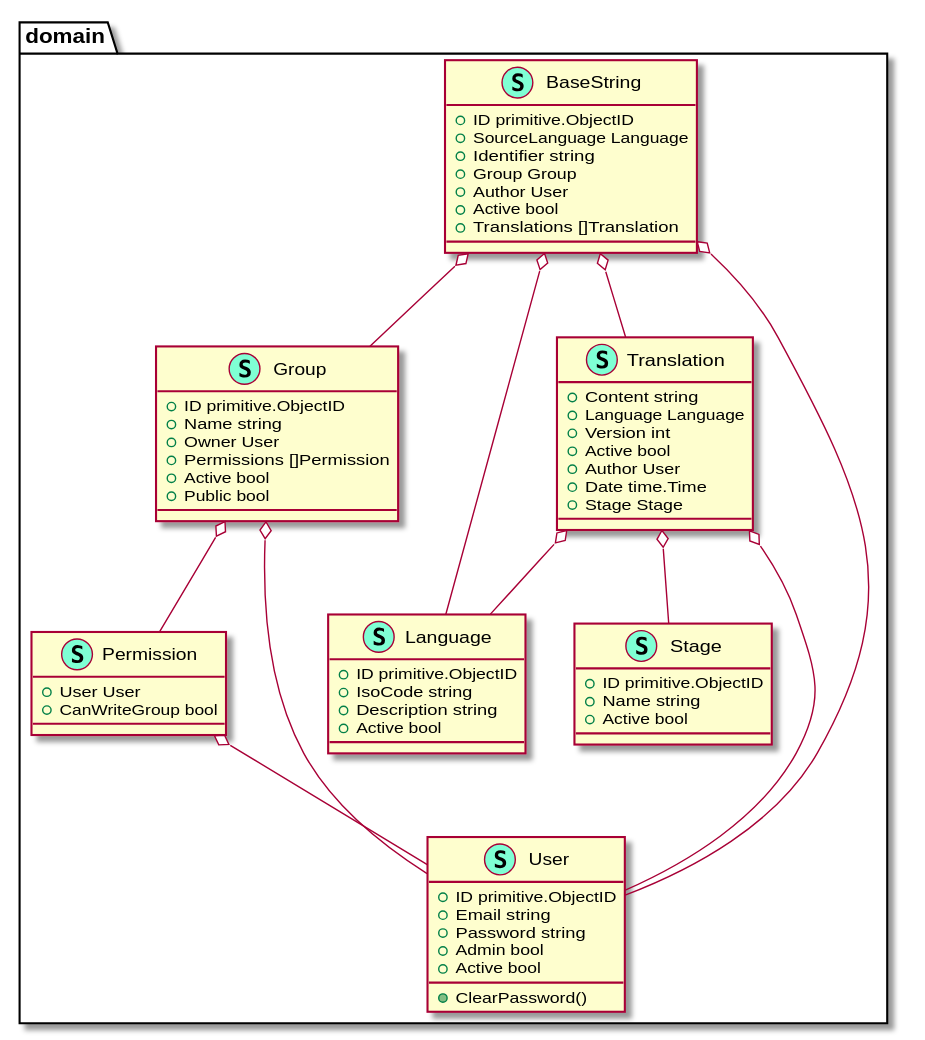
This is backend/assets/dist/UmlDiagram.svg from cafeteru/LocalizeMe, a PlantUML export, as it was before one commit. The source it was exported from:
```plantuml
@startuml
namespace domain {
    class BaseString << (S,Aquamarine) >> {
        + ID primitive.ObjectID
        + SourceLanguage Language
        + Identifier string
        + Group Group
        + Author User
        + Active bool
        + Translations []Translation

    }
    class Group << (S,Aquamarine) >> {
        + ID primitive.ObjectID
        + Name string
        + Owner User
        + Permissions []Permission
        + Active bool
        + Public bool

    }
    class Language << (S,Aquamarine) >> {
        + ID primitive.ObjectID
        + IsoCode string
        + Description string
        + Active bool

    }
    class Permission << (S,Aquamarine) >> {
        + User User
        + CanWriteGroup bool

    }
    class Stage << (S,Aquamarine) >> {
        + ID primitive.ObjectID
        + Name string
        + Active bool

    }
    class Translation << (S,Aquamarine) >> {
        + Content string
        + Language Language
        + Version int
        + Active bool
        + Author User
        + Date time.Time
        + Stage Stage

    }
    class User << (S,Aquamarine) >> {
        + ID primitive.ObjectID
        + Email string
        + Password string
        + Admin bool
        + Active bool

        + ClearPassword()

    }
}


"domain.BaseString" o-- "domain.Group"
"domain.BaseString" o-- "domain.Language"
"domain.BaseString" o-- "domain.Translation"
"domain.BaseString" o-- "domain.User"
"domain.Group" o-- "domain.Permission"
"domain.Group" o-- "domain.User"
"domain.Permission" o-- "domain.User"
"domain.Translation" o-- "domain.Language"
"domain.Translation" o-- "domain.Stage"
"domain.Translation" o-- "domain.User"

@enduml
```
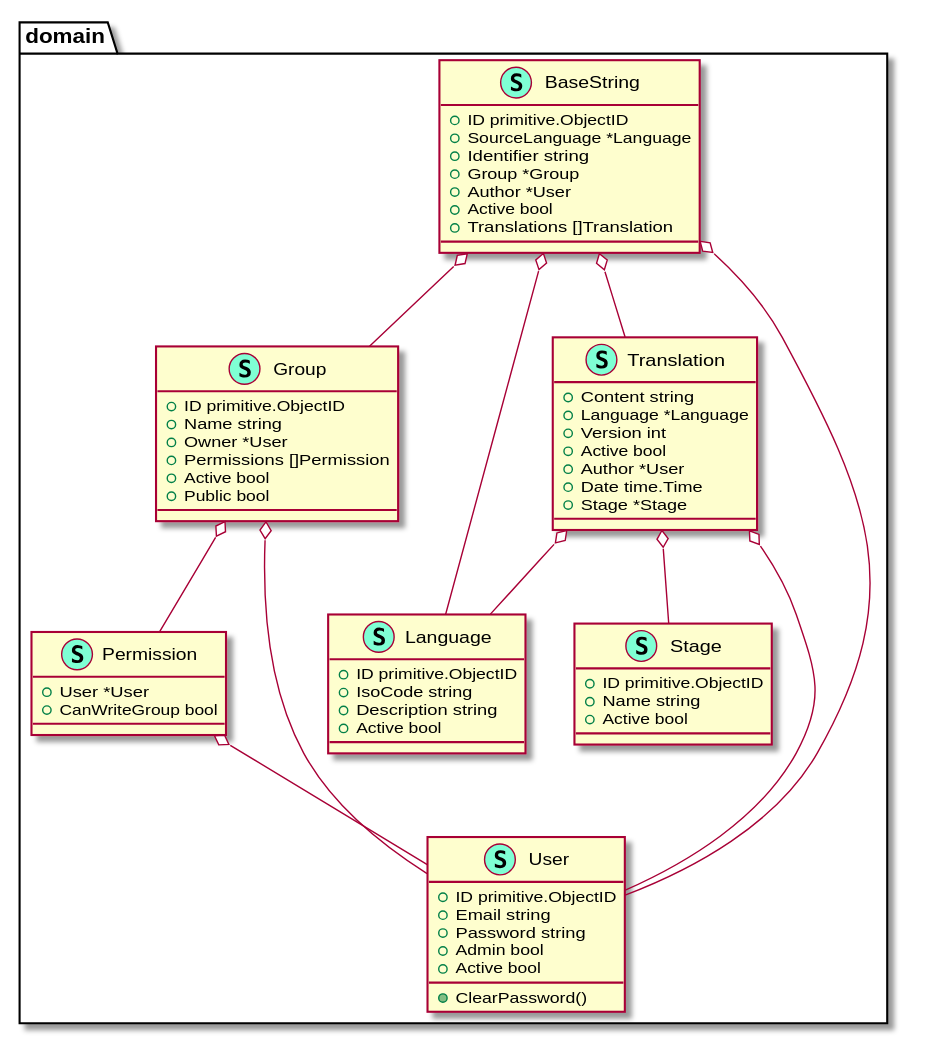
After the change.

Diff of the diagram source:
```diff
@@ -2,10 +2,10 @@
 namespace domain {
     class BaseString << (S,Aquamarine) >> {
         + ID primitive.ObjectID
-        + SourceLanguage Language
+        + SourceLanguage *Language
         + Identifier string
-        + Group Group
-        + Author User
+        + Group *Group
+        + Author *User
         + Active bool
         + Translations []Translation
 
@@ -13,7 +13,7 @@
     class Group << (S,Aquamarine) >> {
         + ID primitive.ObjectID
         + Name string
-        + Owner User
+        + Owner *User
         + Permissions []Permission
         + Active bool
         + Public bool
@@ -27,7 +27,7 @@
 
     }
     class Permission << (S,Aquamarine) >> {
-        + User User
+        + User *User
         + CanWriteGroup bool
 
     }
@@ -39,12 +39,12 @@
     }
     class Translation << (S,Aquamarine) >> {
         + Content string
-        + Language Language
+        + Language *Language
         + Version int
         + Active bool
-        + Author User
+        + Author *User
         + Date time.Time
-        + Stage Stage
+        + Stage *Stage
 
     }
     class User << (S,Aquamarine) >> {
```
